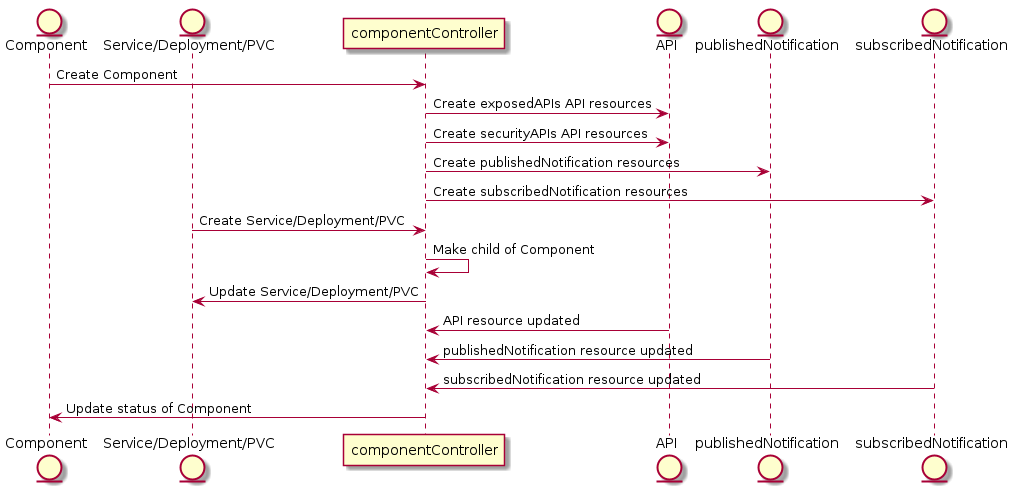
The PlantUML diagram doc/_build/_images/componentOperator.png in tmforum-oda/oda-ca-docs, before a commit.
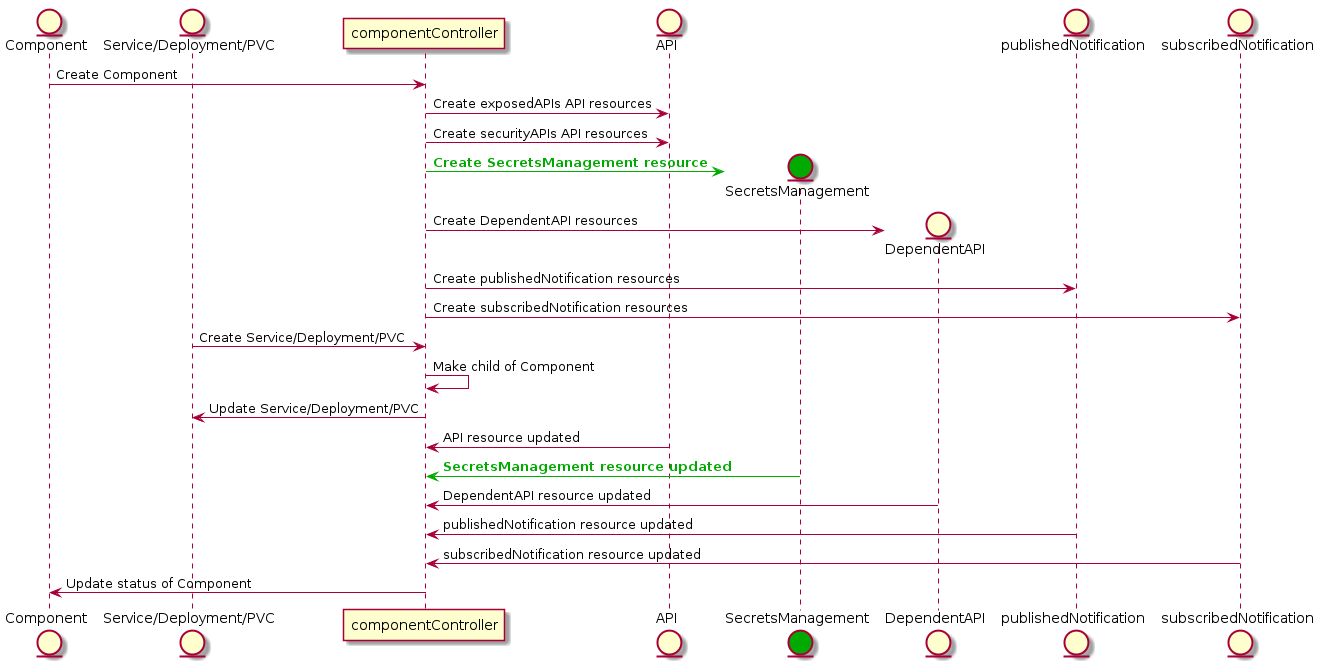
After the change.

Change to the diagram source:
```diff
@@ -1,14 +1,20 @@
 @startuml
+skin rose
+
 entity Component
 entity "Service/Deployment/PVC"
 participant componentController
 entity API
+entity SecretsManagement #00AA00
+entity DependentAPI
 entity publishedNotification
 entity subscribedNotification
 
 Component-> componentController: Create Component
 componentController -> API: Create exposedAPIs API resources
 componentController -> API: Create securityAPIs API resources
+componentController -[#00AA00]> SecretsManagement **: <b><color:#00AA00>Create SecretsManagement resource</color></b>
+componentController -> DependentAPI **: Create DependentAPI resources
 componentController -> publishedNotification: Create publishedNotification resources
 componentController -> subscribedNotification: Create subscribedNotification resources
 
@@ -18,6 +24,8 @@
 componentController-> "Service/Deployment/PVC": Update Service/Deployment/PVC
 
 API-> componentController: API resource updated
+SecretsManagement-[#00AA00]> componentController : <b><color:#00AA00>SecretsManagement resource updated</color></b>
+DependentAPI-> componentController : DependentAPI resource updated
 publishedNotification-> componentController: publishedNotification resource updated
 subscribedNotification-> componentController: subscribedNotification resource updated
 componentController -> Component: Update status of Component
```
